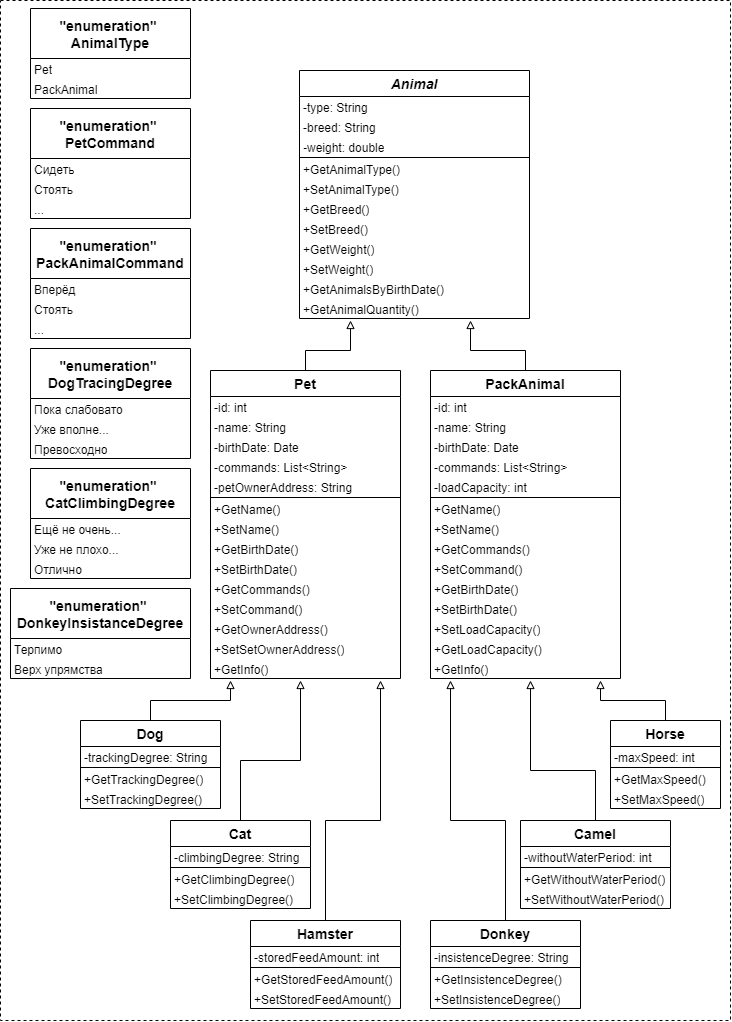
Before: OOP_Java/ClassDiagram/app_class_diagram.png, a diagram exported from draw.io (PDV-geekbrains/The-final-task-of-the-first-year-of-study). Source tidied: cells renumbered, new cells last; positions are measured from the earlier drawing's top-left corner, leaving out a move shared by most shapes.
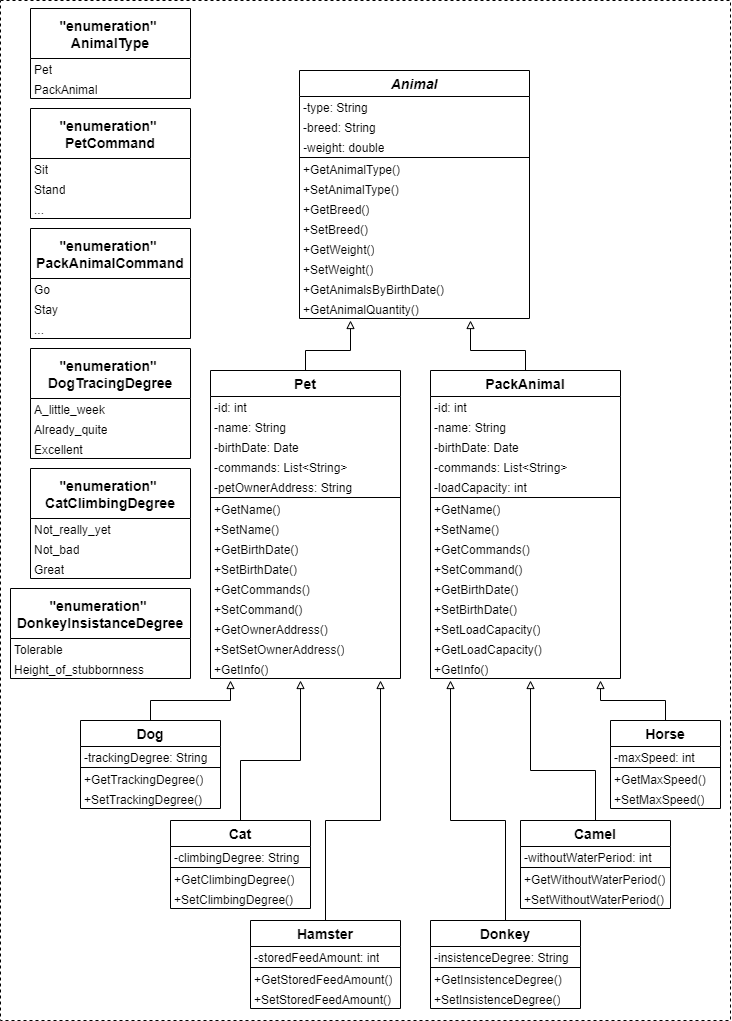
The same file after the commit.

Commit message:
app_class_diagram is changed.

Diff of the diagram source:
```diff
@@ -170,10 +170,10 @@
     <mxCell id="53" value="&quot;enumeration&quot; &#10;PetCommand" style="swimlane;fontStyle=1;horizontal=1;startSize=50;align=center;fontSize=14;" parent="1" vertex="1">
       <mxGeometry x="30" y="108" width="160" height="110" as="geometry" />
     </mxCell>
-    <mxCell id="54" value="Сидеть" style="text;strokeColor=none;fillColor=none;spacingLeft=4;spacingRight=4;overflow=hidden;whiteSpace=wrap;spacing=0;html=1;" parent="53" vertex="1">
+    <mxCell id="54" value="Sit" style="text;strokeColor=none;fillColor=none;spacingLeft=4;spacingRight=4;overflow=hidden;whiteSpace=wrap;spacing=0;html=1;" parent="53" vertex="1">
       <mxGeometry y="50" width="160" height="20" as="geometry" />
     </mxCell>
-    <mxCell id="55" value="Стоять" style="text;strokeColor=none;fillColor=none;spacingLeft=4;spacingRight=4;overflow=hidden;fontSize=12;whiteSpace=wrap;html=1;spacing=0;" parent="53" vertex="1">
+    <mxCell id="55" value="Stand" style="text;strokeColor=none;fillColor=none;spacingLeft=4;spacingRight=4;overflow=hidden;fontSize=12;whiteSpace=wrap;html=1;spacing=0;" parent="53" vertex="1">
       <mxGeometry y="70" width="160" height="20" as="geometry" />
     </mxCell>
     <mxCell id="56" value="..." style="text;strokeColor=none;fillColor=none;spacingLeft=4;spacingRight=4;overflow=hidden;fontSize=12;whiteSpace=wrap;html=1;spacing=0;" parent="53" vertex="1">
@@ -182,10 +182,10 @@
     <mxCell id="57" value="&quot;enumeration&quot; &#10;PackAnimalCommand" style="swimlane;fontStyle=1;horizontal=1;startSize=50;align=center;fontSize=14;" parent="1" vertex="1">
       <mxGeometry x="30" y="228" width="160" height="110" as="geometry" />
     </mxCell>
-    <mxCell id="58" value="Вперёд" style="text;strokeColor=none;fillColor=none;spacingLeft=4;spacingRight=4;overflow=hidden;fontSize=12;whiteSpace=wrap;html=1;spacing=0;" parent="57" vertex="1">
+    <mxCell id="58" value="Go" style="text;strokeColor=none;fillColor=none;spacingLeft=4;spacingRight=4;overflow=hidden;fontSize=12;whiteSpace=wrap;html=1;spacing=0;" parent="57" vertex="1">
       <mxGeometry y="50" width="160" height="20" as="geometry" />
     </mxCell>
-    <mxCell id="59" value="Стоять" style="text;strokeColor=none;fillColor=none;spacingLeft=4;spacingRight=4;overflow=hidden;fontSize=12;whiteSpace=wrap;html=1;spacing=0;" parent="57" vertex="1">
+    <mxCell id="59" value="Stay" style="text;strokeColor=none;fillColor=none;spacingLeft=4;spacingRight=4;overflow=hidden;fontSize=12;whiteSpace=wrap;html=1;spacing=0;" parent="57" vertex="1">
       <mxGeometry y="70" width="160" height="20" as="geometry" />
     </mxCell>
     <mxCell id="60" value="..." style="text;strokeColor=none;fillColor=none;spacingLeft=4;spacingRight=4;overflow=hidden;fontSize=12;whiteSpace=wrap;html=1;spacing=0;" parent="57" vertex="1">
@@ -218,13 +218,13 @@
     <mxCell id="67" value="&quot;enumeration&quot; &#10;DogTracingDegree" style="swimlane;fontStyle=1;horizontal=1;startSize=50;align=center;fontSize=14;" parent="1" vertex="1">
       <mxGeometry x="30" y="348" width="160" height="110" as="geometry" />
     </mxCell>
-    <mxCell id="68" value="Пока слабовато" style="text;strokeColor=none;fillColor=none;spacingLeft=4;spacingRight=4;overflow=hidden;fontSize=12;whiteSpace=wrap;html=1;spacing=0;" parent="67" vertex="1">
+    <mxCell id="68" value="A_little_week" style="text;strokeColor=none;fillColor=none;spacingLeft=4;spacingRight=4;overflow=hidden;fontSize=12;whiteSpace=wrap;html=1;spacing=0;" parent="67" vertex="1">
       <mxGeometry y="50" width="160" height="20" as="geometry" />
     </mxCell>
-    <mxCell id="69" value="Уже вполне..." style="text;strokeColor=none;fillColor=none;spacingLeft=4;spacingRight=4;overflow=hidden;fontSize=12;whiteSpace=wrap;html=1;spacing=0;" parent="67" vertex="1">
+    <mxCell id="69" value="&lt;span style=&quot;white-space-collapse: preserve;&quot; class=&quot;EzKURWReUAB5oZgtQNkl&quot;&gt;Already_&lt;/span&gt;&lt;span style=&quot;white-space-collapse: preserve;&quot; class=&quot;EzKURWReUAB5oZgtQNkl&quot;&gt;quite&lt;/span&gt;" style="text;strokeColor=none;fillColor=none;spacingLeft=4;spacingRight=4;overflow=hidden;fontSize=12;whiteSpace=wrap;html=1;spacing=0;" parent="67" vertex="1">
       <mxGeometry y="70" width="160" height="20" as="geometry" />
     </mxCell>
-    <mxCell id="70" value="Превосходно" style="text;strokeColor=none;fillColor=none;spacingLeft=4;spacingRight=4;overflow=hidden;fontSize=12;whiteSpace=wrap;html=1;spacing=0;" parent="67" vertex="1">
+    <mxCell id="70" value="Excellent" style="text;strokeColor=none;fillColor=none;spacingLeft=4;spacingRight=4;overflow=hidden;fontSize=12;whiteSpace=wrap;html=1;spacing=0;" parent="67" vertex="1">
       <mxGeometry y="90" width="160" height="20" as="geometry" />
     </mxCell>
     <mxCell id="71" value="Cat" style="swimlane;fontStyle=1;horizontal=1;startSize=26;align=center;fontSize=14;" parent="1" vertex="1">
@@ -254,13 +254,13 @@
     <mxCell id="77" value="&quot;enumeration&quot; &#10;CatClimbingDegree" style="swimlane;fontStyle=1;horizontal=1;startSize=50;align=center;fontSize=14;" parent="1" vertex="1">
       <mxGeometry x="30" y="468" width="160" height="110" as="geometry" />
     </mxCell>
-    <mxCell id="78" value="Ещё не очень..." style="text;strokeColor=none;fillColor=none;spacingLeft=4;spacingRight=4;overflow=hidden;fontSize=12;whiteSpace=wrap;html=1;spacing=0;" parent="77" vertex="1">
+    <mxCell id="78" value="Not_really_yet" style="text;strokeColor=none;fillColor=none;spacingLeft=4;spacingRight=4;overflow=hidden;fontSize=12;whiteSpace=wrap;html=1;spacing=0;" parent="77" vertex="1">
       <mxGeometry y="50" width="160" height="20" as="geometry" />
     </mxCell>
-    <mxCell id="79" value="Уже не плохо..." style="text;strokeColor=none;fillColor=none;spacingLeft=4;spacingRight=4;overflow=hidden;fontSize=12;whiteSpace=wrap;html=1;spacing=0;" parent="77" vertex="1">
+    <mxCell id="79" value="Not_bad" style="text;strokeColor=none;fillColor=none;spacingLeft=4;spacingRight=4;overflow=hidden;fontSize=12;whiteSpace=wrap;html=1;spacing=0;" parent="77" vertex="1">
       <mxGeometry y="70" width="160" height="20" as="geometry" />
     </mxCell>
-    <mxCell id="80" value="Отлично" style="text;strokeColor=none;fillColor=none;spacingLeft=4;spacingRight=4;overflow=hidden;fontSize=12;whiteSpace=wrap;html=1;spacing=0;" parent="77" vertex="1">
+    <mxCell id="80" value="Great" style="text;strokeColor=none;fillColor=none;spacingLeft=4;spacingRight=4;overflow=hidden;fontSize=12;whiteSpace=wrap;html=1;spacing=0;" parent="77" vertex="1">
       <mxGeometry y="90" width="160" height="20" as="geometry" />
     </mxCell>
     <mxCell id="81" value="Hamster" style="swimlane;fontStyle=1;horizontal=1;startSize=26;align=center;fontSize=14;" parent="1" vertex="1">
@@ -362,10 +362,10 @@
     <mxCell id="105" value="&quot;enumeration&quot; &#10;DonkeyInsistanceDegree" style="swimlane;fontStyle=1;horizontal=1;startSize=50;align=center;fontSize=14;" parent="1" vertex="1">
       <mxGeometry x="10" y="588" width="180" height="90" as="geometry" />
     </mxCell>
-    <mxCell id="106" value="Терпимо" style="text;strokeColor=none;fillColor=none;spacingLeft=4;spacingRight=4;overflow=hidden;fontSize=12;whiteSpace=wrap;html=1;spacing=0;" parent="105" vertex="1">
+    <mxCell id="106" value="Tolerable" style="text;strokeColor=none;fillColor=none;spacingLeft=4;spacingRight=4;overflow=hidden;fontSize=12;whiteSpace=wrap;html=1;spacing=0;" parent="105" vertex="1">
       <mxGeometry y="50" width="180" height="20" as="geometry" />
     </mxCell>
-    <mxCell id="107" value="Верх упрямства" style="text;strokeColor=none;fillColor=none;spacingLeft=4;spacingRight=4;overflow=hidden;fontSize=12;whiteSpace=wrap;html=1;spacing=0;" parent="105" vertex="1">
+    <mxCell id="107" value="Height_of_stubbornness" style="text;strokeColor=none;fillColor=none;spacingLeft=4;spacingRight=4;overflow=hidden;fontSize=12;whiteSpace=wrap;html=1;spacing=0;" parent="105" vertex="1">
       <mxGeometry y="70" width="180" height="20" as="geometry" />
     </mxCell>
   </root>
```
